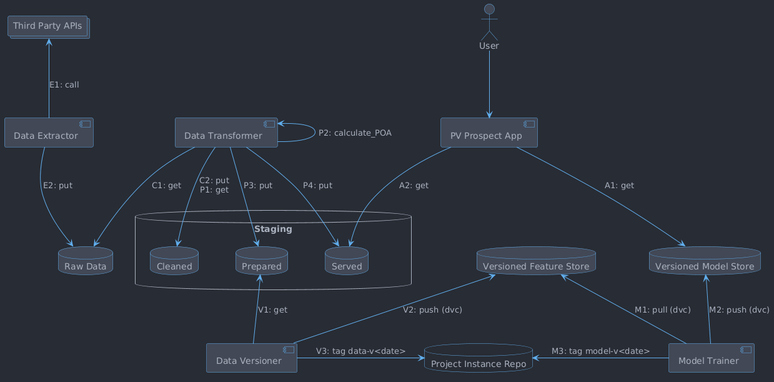
Above: doc/architecture.png in rjferrier/pv-prospect (PlantUML), before the change.
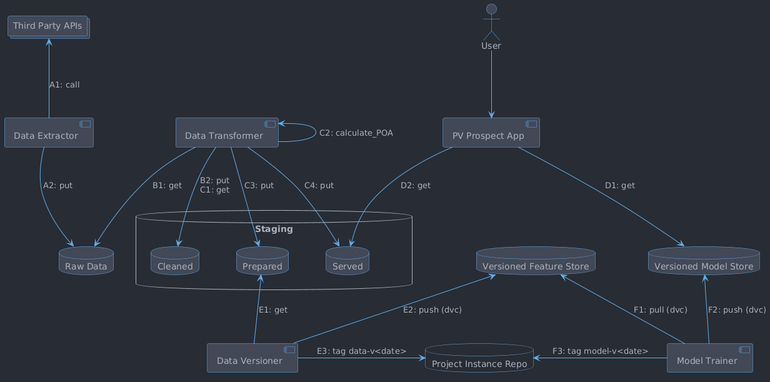
The same diagram one commit later.

Change to the diagram source:
```diff
@@ -38,26 +38,26 @@
 RawData -[hidden]> StagingCleaned
 StagingPrepared -[hidden]> StagingServed
 
-PvProspectApp --> VersionedModel : A1: get
-PvProspectApp --> StagingServed : A2: get
+PvProspectApp --> VersionedModel : D1: get
+PvProspectApp --> StagingServed : D2: get
 
-ThirdPartyAPIs <-- DataExtractor : E1: call
-DataExtractor --> RawData : E2: put
+ThirdPartyAPIs <-- DataExtractor : A1: call
+DataExtractor --> RawData : A2: put
 
-DataTransformer --> RawData : C1: get
-DataTransformer --> StagingCleaned : C2: put\nP1: get
+DataTransformer --> RawData : B1: get
+DataTransformer --> StagingCleaned : B2: put\nC1: get
 
-DataTransformer <- DataTransformer : P2: calculate_POA
-DataTransformer --> StagingPrepared : P3: put
-DataTransformer --> StagingServed : P4: put
+DataTransformer <- DataTransformer : C2: calculate_POA
+DataTransformer --> StagingPrepared : C3: put
+DataTransformer --> StagingServed : C4: put
 
-StagingPrepared <-- DataVersioner : V1: get
-VersionedFeature <-- DataVersioner : V2: push (dvc)
-DataVersioner -> ProjectInstanceRepo : V3: tag data-v<date>
+StagingPrepared <-- DataVersioner : E1: get
+VersionedFeature <-- DataVersioner : E2: push (dvc)
+DataVersioner -> ProjectInstanceRepo : E3: tag data-v<date>
 
-VersionedFeature <-- ModelTrainer : M1: pull (dvc)
-VersionedModel <-- ModelTrainer : M2: push (dvc)
-ProjectInstanceRepo <- ModelTrainer : M3: tag model-v<date>
+VersionedFeature <-- ModelTrainer : F1: pull (dvc)
+VersionedModel <-- ModelTrainer : F2: push (dvc)
+ProjectInstanceRepo <- ModelTrainer : F3: tag model-v<date>
 
 User --> PvProspectApp
 
```
